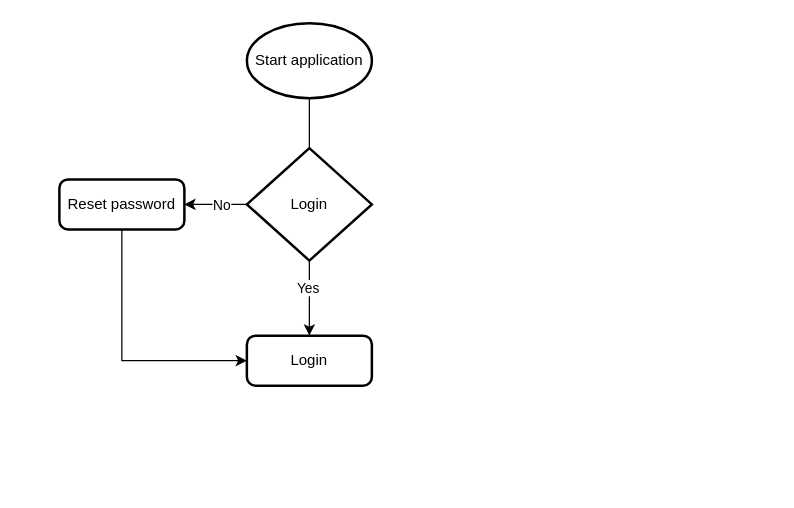
Before: Untitled Diagram.drawio in omokpogabriel/smart_connect, a draw.io diagram. Source tidied: cells renumbered, new cells numbered last; positions are measured from the earlier drawing's top-left corner, leaving out a move shared by most shapes. Both pictures are drawn from the tidied source at 125%, with x=0, y=0 at pixel (59, 22).
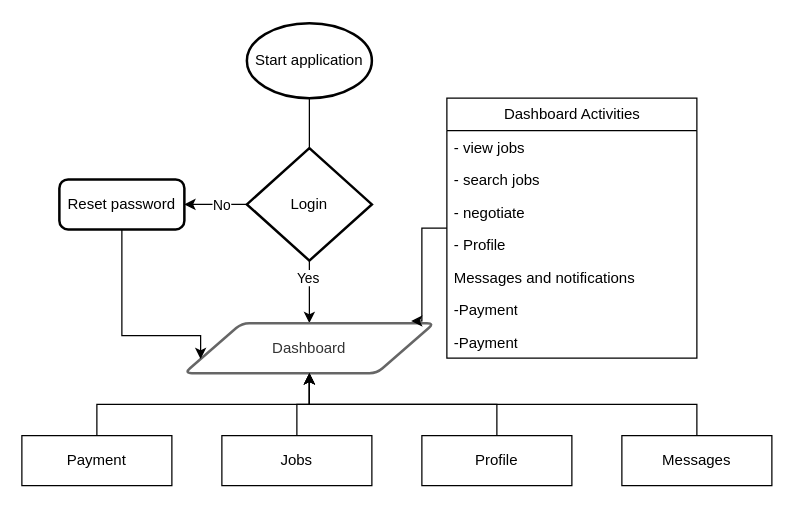
The same diagram, later.

The change refers to these unchanged cells:
```xml
<mxCell id="10" value="Reset password" style="rounded=1;whiteSpace=wrap;html=1;absoluteArcSize=1;arcSize=14;strokeWidth=2;" parent="1" vertex="1">
  <mxGeometry y="125" width="100" height="40" as="geometry" />
</mxCell>
```

What changed in the source:
```diff
@@
-    <mxCell id="5" value="Login" style="rounded=1;whiteSpace=wrap;html=1;absoluteArcSize=1;arcSize=14;strokeWidth=2;" parent="1" vertex="1">
-      <mxGeometry x="150" y="250" width="100" height="40" as="geometry" />
+    <mxCell id="5" value="&lt;div&gt;Dashboard&lt;/div&gt;" style="rounded=1;whiteSpace=wrap;html=1;absoluteArcSize=1;arcSize=12;strokeWidth=2;fillColor=none;fontColor=#333333;strokeColor=#666666;shape=parallelogram;perimeter=parallelogramPerimeter;size=0.23;" parent="1" vertex="1">
+      <mxGeometry x="100" y="240" width="200" height="40" as="geometry" />
     </mxCell>
@@
-    <mxCell id="9" style="edgeStyle=orthogonalEdgeStyle;rounded=0;jettySize=auto;html=1;entryX=0;entryY=0.5;entryDx=0;entryDy=0;" parent="1" edge="1" source="10" target="5">
+    <mxCell id="9" style="edgeStyle=orthogonalEdgeStyle;rounded=0;jettySize=auto;html=1;entryX=0;entryY=0.75;entryDx=0;entryDy=0;" parent="1" edge="1" source="10" target="5">
       <mxGeometry relative="1" as="geometry">
         <Array as="points">
-          <mxPoint x="50" y="270" />
+          <mxPoint x="50" y="250" />
+          <mxPoint x="113" y="250" />
         </Array>
       </mxGeometry>
     </mxCell>
@@
+    <mxCell id="11" value="Dashboard Activities" style="swimlane;fontStyle=0;horizontal=1;startSize=26;fillColor=none;html=1;" parent="1" vertex="1">
+      <mxGeometry x="310" y="60" width="200" height="208" as="geometry" />
+    </mxCell>
+    <mxCell id="12" value="- view jobs" style="text;strokeColor=none;fillColor=none;align=left;verticalAlign=top;spacingLeft=4;spacingRight=4;overflow=hidden;whiteSpace=wrap;html=1;" parent="11" vertex="1">
+      <mxGeometry y="26" width="200" height="26" as="geometry" />
+    </mxCell>
+    <mxCell id="13" value="- search jobs" style="text;strokeColor=none;fillColor=none;align=left;verticalAlign=top;spacingLeft=4;spacingRight=4;overflow=hidden;whiteSpace=wrap;html=1;" parent="11" vertex="1">
+      <mxGeometry y="52" width="200" height="26" as="geometry" />
+    </mxCell>
+    <mxCell id="14" value="- negotiate" style="text;strokeColor=none;fillColor=none;align=left;verticalAlign=top;spacingLeft=4;spacingRight=4;overflow=hidden;whiteSpace=wrap;html=1;" parent="11" vertex="1">
+      <mxGeometry y="78" width="200" height="26" as="geometry" />
+    </mxCell>
+    <mxCell id="15" value="- Profile" style="text;strokeColor=none;fillColor=none;align=left;verticalAlign=top;spacingLeft=4;spacingRight=4;overflow=hidden;whiteSpace=wrap;html=1;" parent="11" vertex="1">
+      <mxGeometry y="104" width="200" height="26" as="geometry" />
+    </mxCell>
+    <mxCell id="16" value="Messages and notifications&lt;span style=&quot;white-space: pre;&quot;&gt;&#9;&lt;/span&gt;" style="text;strokeColor=none;fillColor=none;align=left;verticalAlign=top;spacingLeft=4;spacingRight=4;overflow=hidden;whiteSpace=wrap;html=1;" parent="11" vertex="1">
+      <mxGeometry y="130" width="200" height="26" as="geometry" />
+    </mxCell>
+    <mxCell id="17" value="-Payment" style="text;strokeColor=none;fillColor=none;align=left;verticalAlign=top;spacingLeft=4;spacingRight=4;overflow=hidden;whiteSpace=wrap;html=1;" parent="11" vertex="1">
+      <mxGeometry y="156" width="200" height="26" as="geometry" />
+    </mxCell>
+    <mxCell id="18" value="-Payment" style="text;strokeColor=none;fillColor=none;align=left;verticalAlign=top;spacingLeft=4;spacingRight=4;overflow=hidden;whiteSpace=wrap;html=1;" parent="11" vertex="1">
+      <mxGeometry y="182" width="200" height="26" as="geometry" />
+    </mxCell>
+    <mxCell id="19" style="edgeStyle=orthogonalEdgeStyle;rounded=0;jettySize=auto;html=1;entryX=0.907;entryY=-0.042;entryDx=0;entryDy=0;entryPerimeter=0;" parent="1" edge="1" source="11" target="5">
+      <mxGeometry relative="1" as="geometry" />
+    </mxCell>
+    <mxCell id="20" style="edgeStyle=orthogonalEdgeStyle;rounded=0;jettySize=auto;html=1;" parent="1" edge="1" source="21" target="5">
+      <mxGeometry relative="1" as="geometry" />
+    </mxCell>
+    <mxCell id="21" value="Jobs" style="whiteSpace=wrap;html=1;" parent="1" vertex="1">
+      <mxGeometry x="130" y="330" width="120" height="40" as="geometry" />
+    </mxCell>
+    <mxCell id="22" style="edgeStyle=orthogonalEdgeStyle;rounded=0;jettySize=auto;html=1;exitX=0.5;exitY=0;exitDx=0;exitDy=0;entryX=0.5;entryY=1;entryDx=0;entryDy=0;" parent="1" edge="1" source="23" target="5">
+      <mxGeometry relative="1" as="geometry" />
+    </mxCell>
+    <mxCell id="23" value="Profile" style="whiteSpace=wrap;html=1;" parent="1" vertex="1">
+      <mxGeometry x="290" y="330" width="120" height="40" as="geometry" />
+    </mxCell>
+    <mxCell id="24" style="edgeStyle=orthogonalEdgeStyle;rounded=0;jettySize=auto;html=1;exitX=0.5;exitY=0;exitDx=0;exitDy=0;entryX=0.5;entryY=1;entryDx=0;entryDy=0;" parent="1" edge="1" source="25" target="5">
+      <mxGeometry relative="1" as="geometry" />
+    </mxCell>
+    <mxCell id="25" value="Messages" style="whiteSpace=wrap;html=1;" parent="1" vertex="1">
+      <mxGeometry x="450" y="330" width="120" height="40" as="geometry" />
+    </mxCell>
+    <mxCell id="26" style="edgeStyle=orthogonalEdgeStyle;rounded=0;jettySize=auto;html=1;exitX=0.5;exitY=0;exitDx=0;exitDy=0;entryX=0.5;entryY=1;entryDx=0;entryDy=0;" parent="1" edge="1" source="27" target="5">
+      <mxGeometry relative="1" as="geometry" />
+    </mxCell>
+    <mxCell id="27" value="Payment" style="whiteSpace=wrap;html=1;" parent="1" vertex="1">
+      <mxGeometry x="-30" y="330" width="120" height="40" as="geometry" />
+    </mxCell>
```
